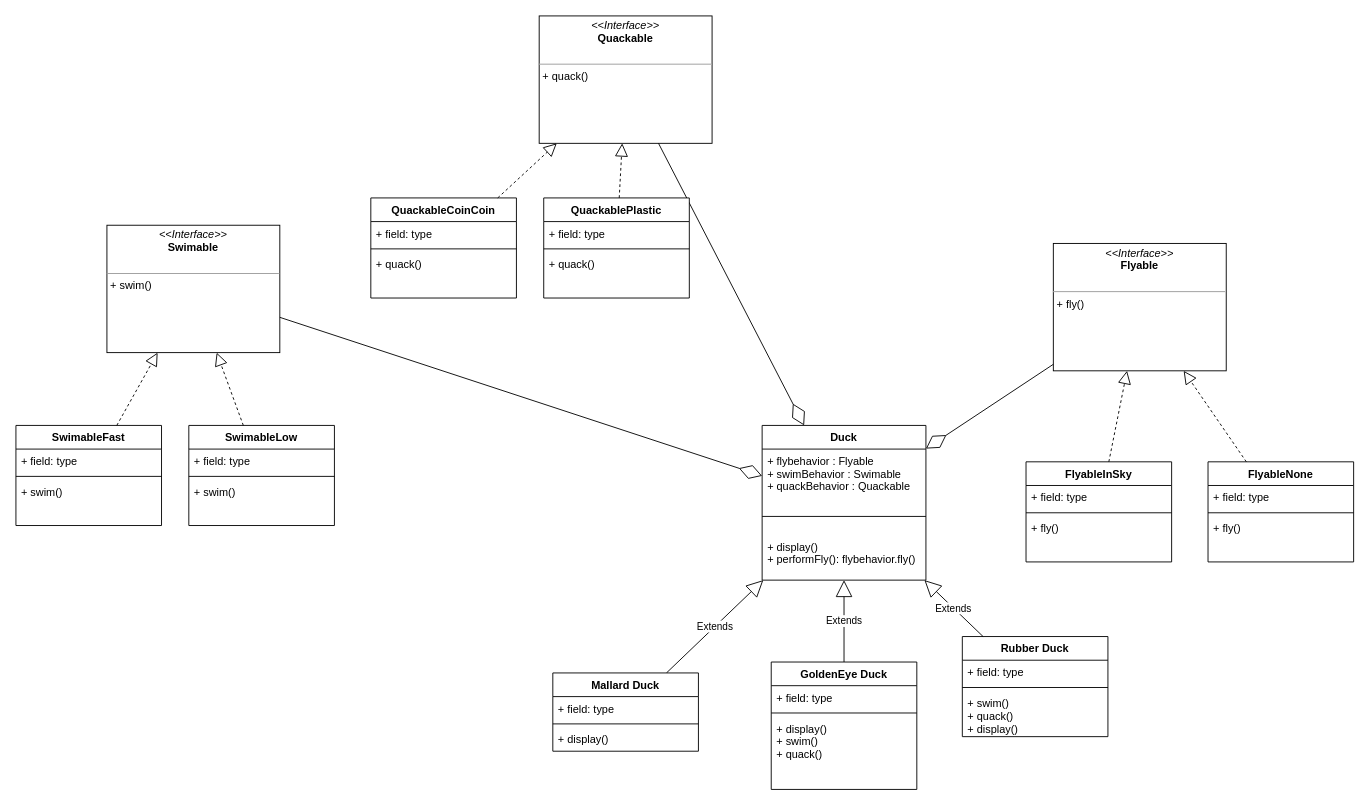
Above: bird.drawio in argonaultes-epsi-auxerre/architecture-applicative-i1-2025 (draw.io), before the change. Source tidied: cells renumbered, new cells numbered last; positions are measured from the earlier drawing's top-left corner, leaving out a move shared by most shapes. Both pictures are drawn from the tidied source at 91%, with x=0, y=0 at pixel (15, 15).
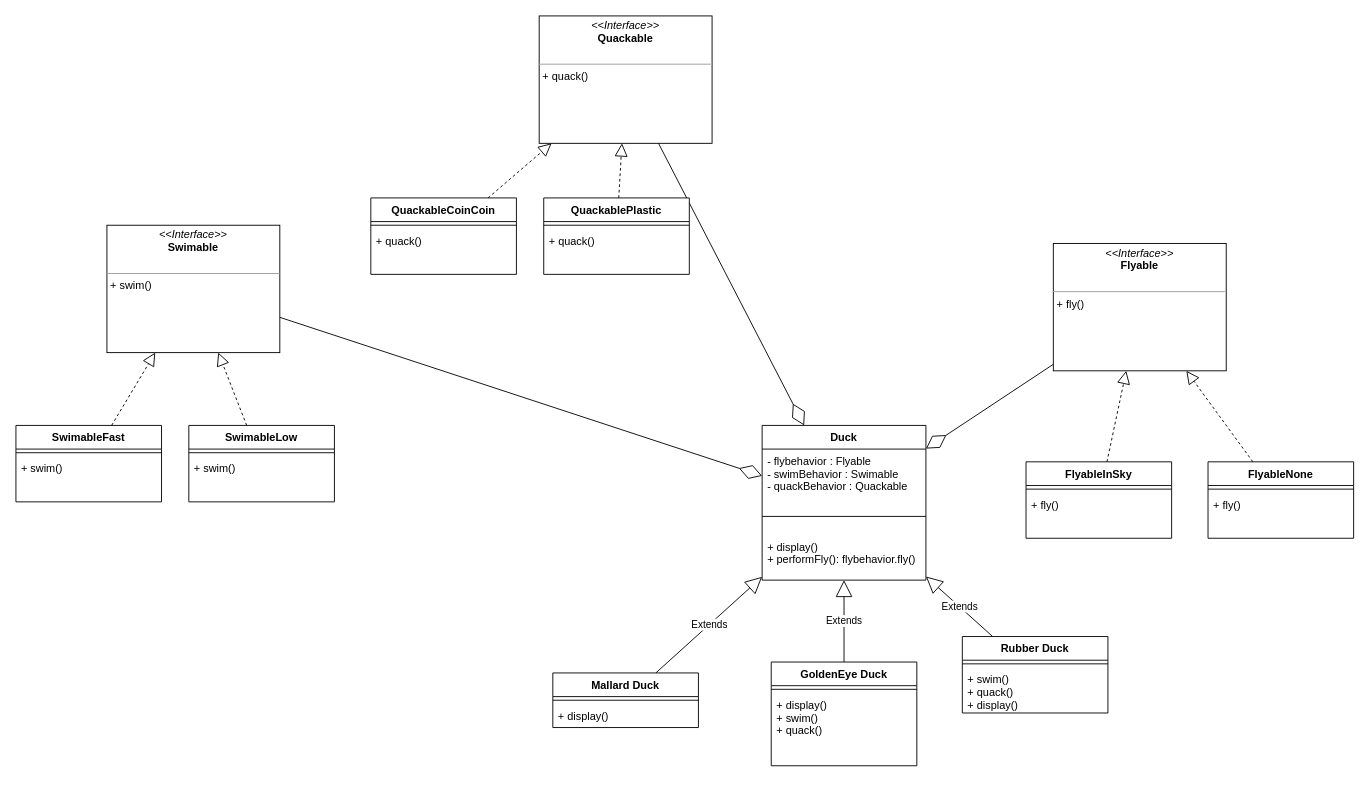
The same page after the edit.

Unchanged cells that the change refers to:
```xml
<mxCell id="30" value="Duck" style="swimlane;fontStyle=1;align=center;verticalAlign=top;horizontal=1;startSize=26;" parent="1" vertex="1">
  <mxGeometry x="820" y="450" width="180" height="170" as="geometry" />
</mxCell>
```

The edit, as a diff of the source:
```diff
@@
     <mxCell id="4" value="Mallard Duck" style="swimlane;fontStyle=1;align=center;verticalAlign=top;horizontal=1;startSize=26;" parent="1" vertex="1">
-      <mxGeometry x="590" y="722" width="160" height="86" as="geometry" />
+      <mxGeometry x="590" y="722" width="160" height="60" as="geometry" />
     </mxCell>
-    <mxCell id="5" value="+ field: type" style="text;strokeColor=none;fillColor=none;align=left;verticalAlign=top;spacingLeft=4;spacingRight=4;overflow=hidden;" parent="4" vertex="1">
-      <mxGeometry y="26" width="160" height="26" as="geometry" />
-    </mxCell>
     <mxCell id="6" style="line;strokeWidth=1;fillColor=none;align=left;verticalAlign=middle;spacingTop=-1;spacingLeft=3;spacingRight=3;labelPosition=right;strokeColor=inherit;" parent="4" vertex="1">
-      <mxGeometry y="52" width="160" height="8" as="geometry" />
+      <mxGeometry y="26" width="160" height="8" as="geometry" />
     </mxCell>
     <mxCell id="7" value="+ display()" style="text;strokeColor=none;fillColor=none;align=left;verticalAlign=top;spacingLeft=4;spacingRight=4;overflow=hidden;" parent="4" vertex="1">
-      <mxGeometry y="60" width="160" height="26" as="geometry" />
+      <mxGeometry y="34" width="160" height="26" as="geometry" />
     </mxCell>
     <mxCell id="8" value="GoldenEye Duck" style="swimlane;fontStyle=1;align=center;verticalAlign=top;horizontal=1;startSize=26;" parent="1" vertex="1">
-      <mxGeometry x="830" y="710" width="160" height="140" as="geometry" />
+      <mxGeometry x="830" y="710" width="160" height="114" as="geometry" />
     </mxCell>
-    <mxCell id="9" value="+ field: type" style="text;strokeColor=none;fillColor=none;align=left;verticalAlign=top;spacingLeft=4;spacingRight=4;overflow=hidden;" parent="8" vertex="1">
-      <mxGeometry y="26" width="160" height="26" as="geometry" />
-    </mxCell>
     <mxCell id="10" style="line;strokeWidth=1;fillColor=none;align=left;verticalAlign=middle;spacingTop=-1;spacingLeft=3;spacingRight=3;labelPosition=right;strokeColor=inherit;" parent="8" vertex="1">
-      <mxGeometry y="52" width="160" height="8" as="geometry" />
+      <mxGeometry y="26" width="160" height="8" as="geometry" />
     </mxCell>
     <mxCell id="11" value="+ display()&#10;+ swim()&#10;+ quack()&#10;" style="text;strokeColor=none;fillColor=none;align=left;verticalAlign=top;spacingLeft=4;spacingRight=4;overflow=hidden;" parent="8" vertex="1">
-      <mxGeometry y="60" width="160" height="80" as="geometry" />
+      <mxGeometry y="34" width="160" height="80" as="geometry" />
     </mxCell>
     <mxCell id="12" value="Rubber Duck" style="swimlane;fontStyle=1;align=center;verticalAlign=top;horizontal=1;startSize=26;" parent="1" vertex="1">
-      <mxGeometry x="1040" y="682" width="160" height="110" as="geometry" />
+      <mxGeometry x="1040" y="682" width="160" height="84" as="geometry" />
     </mxCell>
-    <mxCell id="13" value="+ field: type" style="text;strokeColor=none;fillColor=none;align=left;verticalAlign=top;spacingLeft=4;spacingRight=4;overflow=hidden;" parent="12" vertex="1">
-      <mxGeometry y="26" width="160" height="26" as="geometry" />
-    </mxCell>
     <mxCell id="14" style="line;strokeWidth=1;fillColor=none;align=left;verticalAlign=middle;spacingTop=-1;spacingLeft=3;spacingRight=3;labelPosition=right;strokeColor=inherit;" parent="12" vertex="1">
-      <mxGeometry y="52" width="160" height="8" as="geometry" />
+      <mxGeometry y="26" width="160" height="8" as="geometry" />
     </mxCell>
     <mxCell id="15" value="+ swim()&#10;+ quack()&#10;+ display()" style="text;strokeColor=none;fillColor=none;align=left;verticalAlign=top;spacingLeft=4;spacingRight=4;overflow=hidden;" parent="12" vertex="1">
-      <mxGeometry y="60" width="160" height="50" as="geometry" />
+      <mxGeometry y="34" width="160" height="50" as="geometry" />
     </mxCell>
@@
     <mxCell id="20" value="FlyableInSky" style="swimlane;fontStyle=1;align=center;verticalAlign=top;horizontal=1;startSize=26;" parent="1" vertex="1">
-      <mxGeometry x="1110" y="490" width="160" height="110" as="geometry" />
+      <mxGeometry x="1110" y="490" width="160" height="84" as="geometry" />
     </mxCell>
-    <mxCell id="21" value="+ field: type" style="text;strokeColor=none;fillColor=none;align=left;verticalAlign=top;spacingLeft=4;spacingRight=4;overflow=hidden;" parent="20" vertex="1">
-      <mxGeometry y="26" width="160" height="26" as="geometry" />
-    </mxCell>
     <mxCell id="22" style="line;strokeWidth=1;fillColor=none;align=left;verticalAlign=middle;spacingTop=-1;spacingLeft=3;spacingRight=3;labelPosition=right;strokeColor=inherit;" parent="20" vertex="1">
-      <mxGeometry y="52" width="160" height="8" as="geometry" />
+      <mxGeometry y="26" width="160" height="8" as="geometry" />
     </mxCell>
     <mxCell id="23" value="+ fly()" style="text;strokeColor=none;fillColor=none;align=left;verticalAlign=top;spacingLeft=4;spacingRight=4;overflow=hidden;" parent="20" vertex="1">
-      <mxGeometry y="60" width="160" height="50" as="geometry" />
+      <mxGeometry y="34" width="160" height="50" as="geometry" />
     </mxCell>
     <mxCell id="24" value="FlyableNone" style="swimlane;fontStyle=1;align=center;verticalAlign=top;horizontal=1;startSize=26;" parent="1" vertex="1">
-      <mxGeometry x="1310" y="490" width="160" height="110" as="geometry" />
+      <mxGeometry x="1310" y="490" width="160" height="84" as="geometry" />
     </mxCell>
-    <mxCell id="25" value="+ field: type" style="text;strokeColor=none;fillColor=none;align=left;verticalAlign=top;spacingLeft=4;spacingRight=4;overflow=hidden;" parent="24" vertex="1">
-      <mxGeometry y="26" width="160" height="26" as="geometry" />
-    </mxCell>
     <mxCell id="26" style="line;strokeWidth=1;fillColor=none;align=left;verticalAlign=middle;spacingTop=-1;spacingLeft=3;spacingRight=3;labelPosition=right;strokeColor=inherit;" parent="24" vertex="1">
-      <mxGeometry y="52" width="160" height="8" as="geometry" />
+      <mxGeometry y="26" width="160" height="8" as="geometry" />
     </mxCell>
     <mxCell id="27" value="+ fly()" style="text;strokeColor=none;fillColor=none;align=left;verticalAlign=top;spacingLeft=4;spacingRight=4;overflow=hidden;" parent="24" vertex="1">
-      <mxGeometry y="60" width="160" height="50" as="geometry" />
+      <mxGeometry y="34" width="160" height="50" as="geometry" />
     </mxCell>
@@
-    <mxCell id="31" value="+ flybehavior : Flyable&#10;+ swimBehavior : Swimable&#10;+ quackBehavior : Quackable" style="text;strokeColor=none;fillColor=none;align=left;verticalAlign=top;spacingLeft=4;spacingRight=4;overflow=hidden;" parent="30" vertex="1">
+    <mxCell id="31" value="- flybehavior : Flyable&#10;- swimBehavior : Swimable&#10;- quackBehavior : Quackable" style="text;strokeColor=none;fillColor=none;align=left;verticalAlign=top;spacingLeft=4;spacingRight=4;overflow=hidden;" parent="30" vertex="1">
       <mxGeometry y="26" width="180" height="54" as="geometry" />
     </mxCell>
@@
     <mxCell id="37" value="SwimableFast" style="swimlane;fontStyle=1;align=center;verticalAlign=top;horizontal=1;startSize=26;" parent="1" vertex="1">
-      <mxGeometry y="450" width="160" height="110" as="geometry" />
+      <mxGeometry y="450" width="160" height="84" as="geometry" />
     </mxCell>
-    <mxCell id="38" value="+ field: type" style="text;strokeColor=none;fillColor=none;align=left;verticalAlign=top;spacingLeft=4;spacingRight=4;overflow=hidden;" parent="37" vertex="1">
-      <mxGeometry y="26" width="160" height="26" as="geometry" />
-    </mxCell>
     <mxCell id="39" style="line;strokeWidth=1;fillColor=none;align=left;verticalAlign=middle;spacingTop=-1;spacingLeft=3;spacingRight=3;labelPosition=right;strokeColor=inherit;" parent="37" vertex="1">
-      <mxGeometry y="52" width="160" height="8" as="geometry" />
+      <mxGeometry y="26" width="160" height="8" as="geometry" />
     </mxCell>
     <mxCell id="40" value="+ swim()" style="text;strokeColor=none;fillColor=none;align=left;verticalAlign=top;spacingLeft=4;spacingRight=4;overflow=hidden;" parent="37" vertex="1">
-      <mxGeometry y="60" width="160" height="50" as="geometry" />
+      <mxGeometry y="34" width="160" height="50" as="geometry" />
     </mxCell>
     <mxCell id="41" value="SwimableLow" style="swimlane;fontStyle=1;align=center;verticalAlign=top;horizontal=1;startSize=26;" parent="1" vertex="1">
-      <mxGeometry x="190" y="450" width="160" height="110" as="geometry" />
+      <mxGeometry x="190" y="450" width="160" height="84" as="geometry" />
     </mxCell>
-    <mxCell id="42" value="+ field: type" style="text;strokeColor=none;fillColor=none;align=left;verticalAlign=top;spacingLeft=4;spacingRight=4;overflow=hidden;" parent="41" vertex="1">
-      <mxGeometry y="26" width="160" height="26" as="geometry" />
-    </mxCell>
     <mxCell id="43" style="line;strokeWidth=1;fillColor=none;align=left;verticalAlign=middle;spacingTop=-1;spacingLeft=3;spacingRight=3;labelPosition=right;strokeColor=inherit;" parent="41" vertex="1">
-      <mxGeometry y="52" width="160" height="8" as="geometry" />
+      <mxGeometry y="26" width="160" height="8" as="geometry" />
     </mxCell>
     <mxCell id="44" value="+ swim()" style="text;strokeColor=none;fillColor=none;align=left;verticalAlign=top;spacingLeft=4;spacingRight=4;overflow=hidden;" parent="41" vertex="1">
-      <mxGeometry y="60" width="160" height="50" as="geometry" />
+      <mxGeometry y="34" width="160" height="50" as="geometry" />
     </mxCell>
     <mxCell id="45" value="QuackableCoinCoin" style="swimlane;fontStyle=1;align=center;verticalAlign=top;horizontal=1;startSize=26;" parent="1" vertex="1">
-      <mxGeometry x="390" y="200" width="160" height="110" as="geometry" />
+      <mxGeometry x="390" y="200" width="160" height="84" as="geometry" />
     </mxCell>
-    <mxCell id="46" value="+ field: type" style="text;strokeColor=none;fillColor=none;align=left;verticalAlign=top;spacingLeft=4;spacingRight=4;overflow=hidden;" parent="45" vertex="1">
-      <mxGeometry y="26" width="160" height="26" as="geometry" />
-    </mxCell>
     <mxCell id="47" style="line;strokeWidth=1;fillColor=none;align=left;verticalAlign=middle;spacingTop=-1;spacingLeft=3;spacingRight=3;labelPosition=right;strokeColor=inherit;" parent="45" vertex="1">
-      <mxGeometry y="52" width="160" height="8" as="geometry" />
+      <mxGeometry y="26" width="160" height="8" as="geometry" />
     </mxCell>
     <mxCell id="48" value="+ quack()" style="text;strokeColor=none;fillColor=none;align=left;verticalAlign=top;spacingLeft=4;spacingRight=4;overflow=hidden;" parent="45" vertex="1">
-      <mxGeometry y="60" width="160" height="50" as="geometry" />
+      <mxGeometry y="34" width="160" height="50" as="geometry" />
     </mxCell>
     <mxCell id="49" value="QuackablePlastic" style="swimlane;fontStyle=1;align=center;verticalAlign=top;horizontal=1;startSize=26;" parent="1" vertex="1">
-      <mxGeometry x="580" y="200" width="160" height="110" as="geometry" />
+      <mxGeometry x="580" y="200" width="160" height="84" as="geometry" />
     </mxCell>
-    <mxCell id="50" value="+ field: type" style="text;strokeColor=none;fillColor=none;align=left;verticalAlign=top;spacingLeft=4;spacingRight=4;overflow=hidden;" parent="49" vertex="1">
-      <mxGeometry y="26" width="160" height="26" as="geometry" />
-    </mxCell>
     <mxCell id="51" style="line;strokeWidth=1;fillColor=none;align=left;verticalAlign=middle;spacingTop=-1;spacingLeft=3;spacingRight=3;labelPosition=right;strokeColor=inherit;" parent="49" vertex="1">
-      <mxGeometry y="52" width="160" height="8" as="geometry" />
+      <mxGeometry y="26" width="160" height="8" as="geometry" />
     </mxCell>
     <mxCell id="52" value="+ quack()" style="text;strokeColor=none;fillColor=none;align=left;verticalAlign=top;spacingLeft=4;spacingRight=4;overflow=hidden;" parent="49" vertex="1">
-      <mxGeometry y="60" width="160" height="50" as="geometry" />
+      <mxGeometry y="34" width="160" height="50" as="geometry" />
     </mxCell>
```
